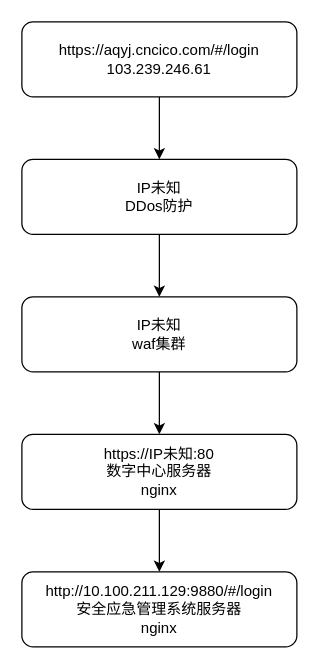
Earlier version of the draw.io diagram 安全应急管理系统-20230326.drawio (watilion/drow.io). Source tidied: cells renumbered, new cells numbered last; positions are measured from the earlier drawing's top-left corner, leaving out a move shared by most shapes. Both pictures are drawn from the tidied source at 125%, with x=0, y=0 at pixel (21, 21).
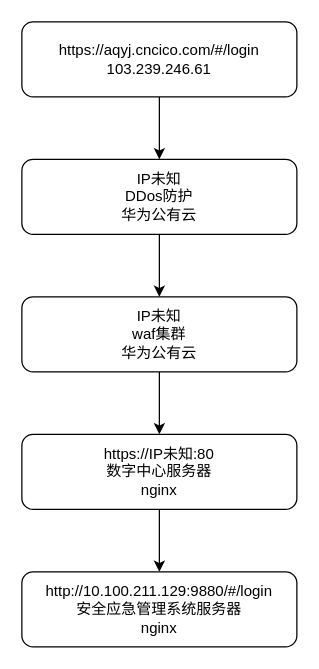
The same page after the edit.

Commit message (it also covers changes not shown here):
更新安全应急管理系统-20230326.drawio

What changed in the source:
```diff
@@
 <mxGraphModel>
   <root>
     <mxCell id="0" />
     <mxCell id="1" parent="0" />
     <mxCell id="2" style="edgeStyle=orthogonalEdgeStyle;rounded=0;jettySize=auto;html=1;entryX=0.5;entryY=0;entryDx=0;entryDy=0;" parent="1" edge="1" source="3" target="10">
       <mxGeometry relative="1" as="geometry" />
     </mxCell>
     <mxCell id="3" value="https://aqyj.cncico.com/#/login&lt;br&gt;103.239.246.61" style="rounded=1;whiteSpace=wrap;html=1;" parent="1" vertex="1">
       <mxGeometry width="220" height="60" as="geometry" />
     </mxCell>
     <mxCell id="4" style="edgeStyle=orthogonalEdgeStyle;rounded=0;jettySize=auto;html=1;" parent="1" edge="1" source="5" target="7">
       <mxGeometry relative="1" as="geometry" />
     </mxCell>
-    <mxCell id="5" value="IP未知&lt;br&gt;waf集群" style="rounded=1;whiteSpace=wrap;html=1;" parent="1" vertex="1">
+    <mxCell id="5" value="IP未知&lt;br&gt;waf集群&lt;br&gt;华为公有云" style="rounded=1;whiteSpace=wrap;html=1;" parent="1" vertex="1">
       <mxGeometry y="220" width="220" height="60" as="geometry" />
     </mxCell>
     <mxCell id="6" style="edgeStyle=orthogonalEdgeStyle;rounded=0;jettySize=auto;html=1;" parent="1" edge="1" source="7" target="8">
       <mxGeometry relative="1" as="geometry" />
     </mxCell>
     <mxCell id="7" value="https://IP未知:80&lt;br&gt;数字中心服务器&lt;br&gt;nginx" style="rounded=1;whiteSpace=wrap;html=1;" parent="1" vertex="1">
       <mxGeometry y="330" width="220" height="60" as="geometry" />
     </mxCell>
     <mxCell id="8" value="http://10.100.211.129:9880/#/login&lt;br&gt;安全应急管理系统服务器&lt;br&gt;nginx" style="rounded=1;whiteSpace=wrap;html=1;" parent="1" vertex="1">
       <mxGeometry y="440" width="220" height="60" as="geometry" />
     </mxCell>
     <mxCell id="9" style="edgeStyle=orthogonalEdgeStyle;rounded=0;jettySize=auto;html=1;" parent="1" edge="1" source="10" target="5">
       <mxGeometry relative="1" as="geometry" />
     </mxCell>
-    <mxCell id="10" value="IP未知&lt;br&gt;DDos防护" style="rounded=1;whiteSpace=wrap;html=1;" parent="1" vertex="1">
+    <mxCell id="10" value="IP未知&lt;br&gt;DDos防护&lt;br&gt;华为公有云" style="rounded=1;whiteSpace=wrap;html=1;" parent="1" vertex="1">
       <mxGeometry y="110" width="220" height="60" as="geometry" />
     </mxCell>
   </root>
 </mxGraphModel>
```
